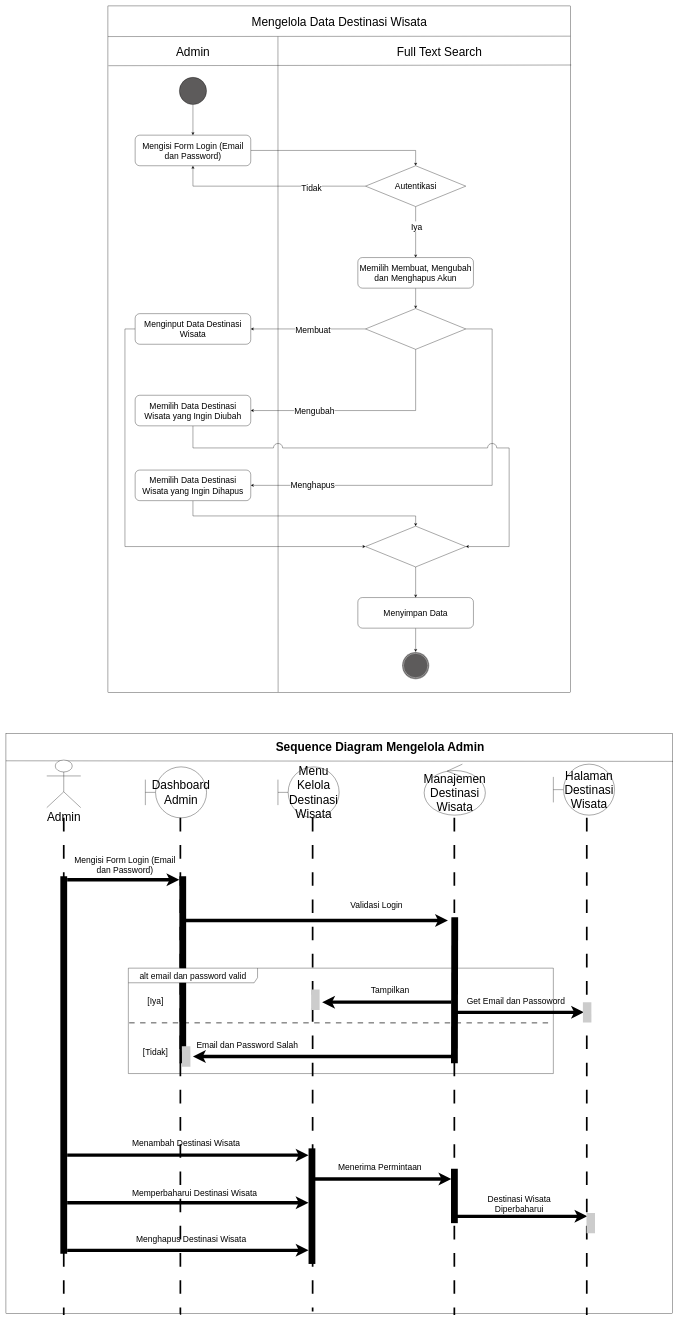
The draw.io diagram page "Activity dan Sequence Admin" (6 of 7) of Untitled Diagram.drawio in agungsaraswati/UML, before the edit. Source tidied: cells renumbered, new cells numbered last; positions are measured from the earlier drawing's top-left corner, leaving out a move shared by most shapes. Both pictures are drawn from the tidied source at 34%, with x=0, y=0 at pixel (6, 6).
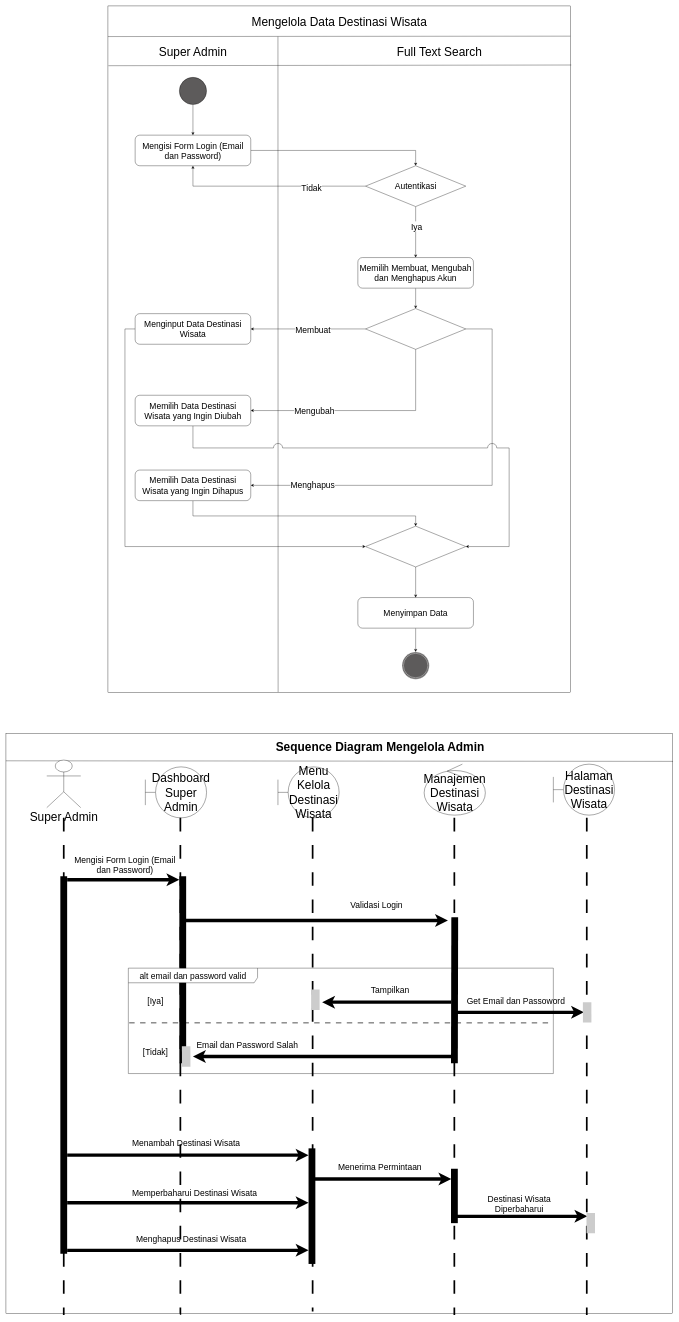
After the change.

The change refers to these unchanged cells:
```xml
<mxCell id="26" style="group;" parent="1" vertex="1">
  <mxGeometry x="300" width="1360" height="2020" as="geometry" />
</mxCell>
```

The edit, as a diff of the source:
```diff
@@
-    <mxCell id="5" value="&lt;span style=&quot;font-size: 35px;&quot;&gt;Admin&lt;/span&gt;" style="shape=umlActor;verticalLabelPosition=bottom;verticalAlign=top;html=1;" parent="1" vertex="1">
+    <mxCell id="5" value="&lt;span style=&quot;font-size: 35px;&quot;&gt;Super Admin&lt;/span&gt;" style="shape=umlActor;verticalLabelPosition=bottom;verticalAlign=top;html=1;" parent="1" vertex="1">
       <mxGeometry x="120" y="2218" width="100" height="140" as="geometry" />
     </mxCell>
-    <mxCell id="6" value="&lt;font style=&quot;font-size: 35px;&quot;&gt;Dashboard Admin&lt;/font&gt;" style="shape=umlBoundary;whiteSpace=wrap;html=1;" parent="1" vertex="1">
+    <mxCell id="6" value="&lt;font style=&quot;font-size: 35px;&quot;&gt;Dashboard Super Admin&lt;/font&gt;" style="shape=umlBoundary;whiteSpace=wrap;html=1;" parent="1" vertex="1">
       <mxGeometry x="410" y="2238" width="180" height="150" as="geometry" />
     </mxCell>
@@
-    <mxCell id="32" value="&lt;font style=&quot;font-size: 35px;&quot;&gt;Admin&lt;/font&gt;" style="text;html=1;align=center;verticalAlign=middle;whiteSpace=wrap;rounded=0;" parent="26" vertex="1">
+    <mxCell id="32" value="&lt;font style=&quot;font-size: 35px;&quot;&gt;Super Admin&lt;/font&gt;" style="text;html=1;align=center;verticalAlign=middle;whiteSpace=wrap;rounded=0;" parent="26" vertex="1">
       <mxGeometry x="70" y="120" width="360" height="30" as="geometry" />
     </mxCell>
```
